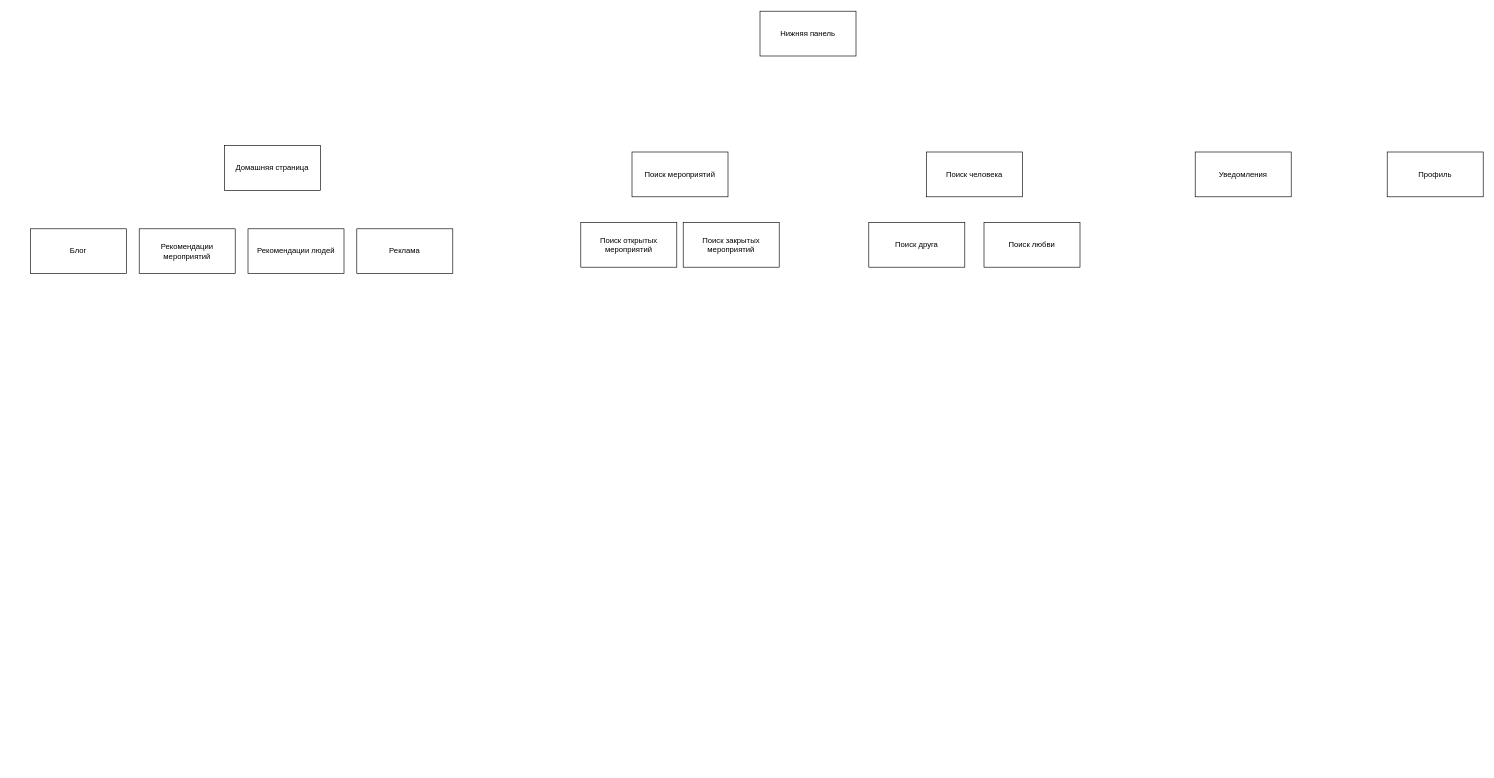
Earlier version of the draw.io diagram docs/ui_scheme.drawio (DmitryGalich/offline_project). Source tidied: cells renumbered, new cells numbered last; positions are measured from the earlier drawing's top-left corner, leaving out a move shared by most shapes. Both pictures are drawn from the tidied source at 64%, with x=0, y=0 at pixel (30, 11).
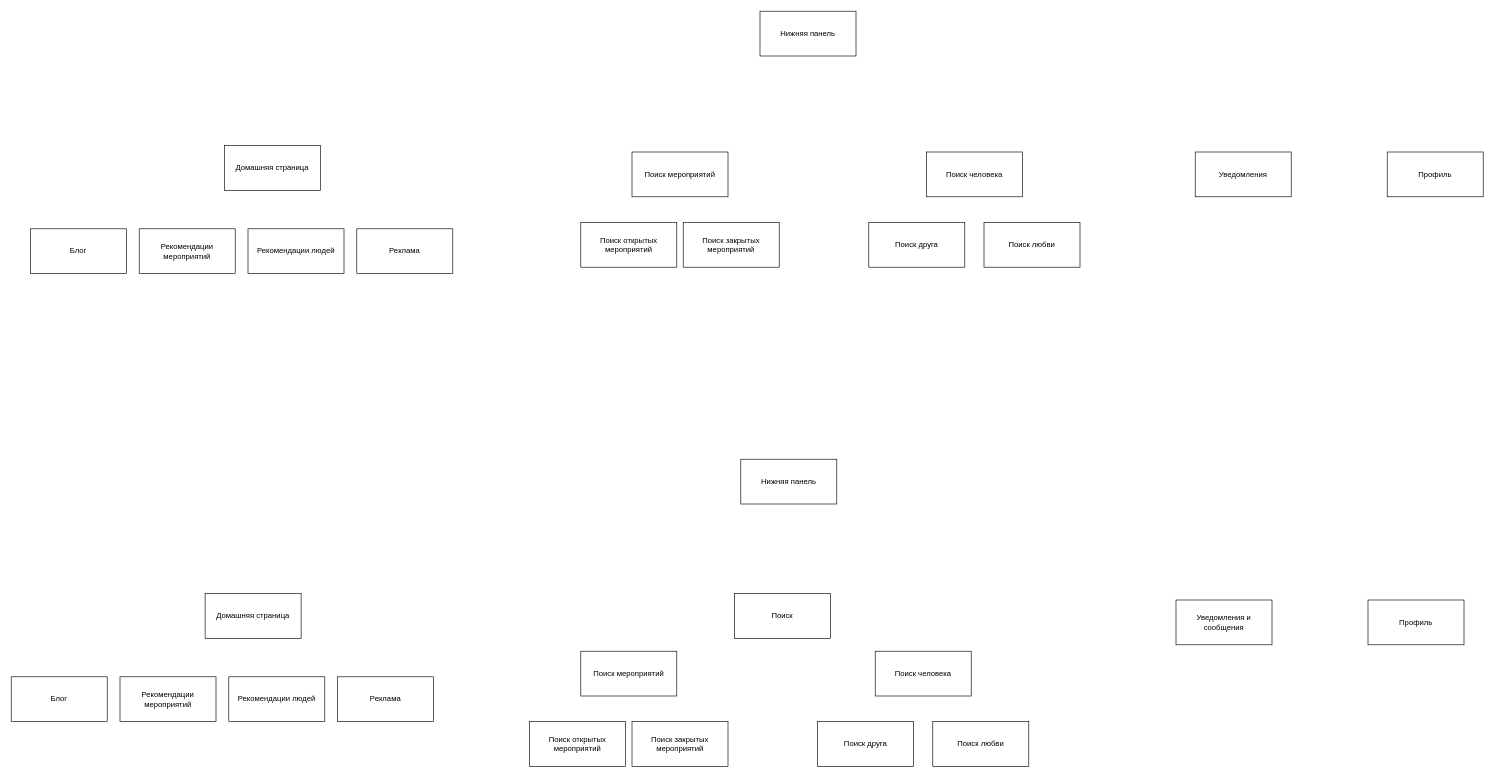
The same page after the edit.

Diff of the diagram source:
```diff
@@
+    <mxCell id="16" value="Домашняя страница" style="rounded=0;whiteSpace=wrap;html=1;" parent="1" vertex="1">
+      <mxGeometry x="273" y="910" width="150" height="70" as="geometry" />
+    </mxCell>
+    <mxCell id="17" value="Поиск друга" style="rounded=0;whiteSpace=wrap;html=1;" parent="1" vertex="1">
+      <mxGeometry x="1230" y="1110" width="150" height="70" as="geometry" />
+    </mxCell>
+    <mxCell id="18" value="Поиск открытых мероприятий" style="rounded=0;whiteSpace=wrap;html=1;" parent="1" vertex="1">
+      <mxGeometry x="780" y="1110" width="150" height="70" as="geometry" />
+    </mxCell>
+    <mxCell id="19" value="Профиль" style="rounded=0;whiteSpace=wrap;html=1;" parent="1" vertex="1">
+      <mxGeometry x="2090" y="920" width="150" height="70" as="geometry" />
+    </mxCell>
+    <mxCell id="20" value="Поиск закрытых мероприятий" style="rounded=0;whiteSpace=wrap;html=1;" parent="1" vertex="1">
+      <mxGeometry x="940" y="1110" width="150" height="70" as="geometry" />
+    </mxCell>
+    <mxCell id="21" value="Нижняя панель" style="rounded=0;whiteSpace=wrap;html=1;" parent="1" vertex="1">
+      <mxGeometry x="1110" y="700" width="150" height="70" as="geometry" />
+    </mxCell>
+    <mxCell id="22" value="Поиск мероприятий" style="rounded=0;whiteSpace=wrap;html=1;" parent="1" vertex="1">
+      <mxGeometry x="860" y="1000" width="150" height="70" as="geometry" />
+    </mxCell>
+    <mxCell id="23" value="Поиск любви" style="rounded=0;whiteSpace=wrap;html=1;" parent="1" vertex="1">
+      <mxGeometry x="1410" y="1110" width="150" height="70" as="geometry" />
+    </mxCell>
+    <mxCell id="24" value="Блог" style="rounded=0;whiteSpace=wrap;html=1;" parent="1" vertex="1">
+      <mxGeometry x="-30" y="1040" width="150" height="70" as="geometry" />
+    </mxCell>
+    <mxCell id="25" value="Рекомендации мероприятий" style="rounded=0;whiteSpace=wrap;html=1;" parent="1" vertex="1">
+      <mxGeometry x="140" y="1040" width="150" height="70" as="geometry" />
+    </mxCell>
+    <mxCell id="26" value="Реклама" style="rounded=0;whiteSpace=wrap;html=1;" parent="1" vertex="1">
+      <mxGeometry x="480" y="1040" width="150" height="70" as="geometry" />
+    </mxCell>
+    <mxCell id="27" value="Поиск человека" style="rounded=0;whiteSpace=wrap;html=1;" parent="1" vertex="1">
+      <mxGeometry x="1320" y="1000" width="150" height="70" as="geometry" />
+    </mxCell>
+    <mxCell id="28" value="Уведомления и сообщения" style="rounded=0;whiteSpace=wrap;html=1;" parent="1" vertex="1">
+      <mxGeometry x="1790" y="920" width="150" height="70" as="geometry" />
+    </mxCell>
+    <mxCell id="29" value="Рекомендации людей" style="rounded=0;whiteSpace=wrap;html=1;" parent="1" vertex="1">
+      <mxGeometry x="310" y="1040" width="150" height="70" as="geometry" />
+    </mxCell>
+    <mxCell id="30" value="Поиск" style="rounded=0;whiteSpace=wrap;html=1;" parent="1" vertex="1">
+      <mxGeometry x="1100" y="910" width="150" height="70" as="geometry" />
+    </mxCell>
```
